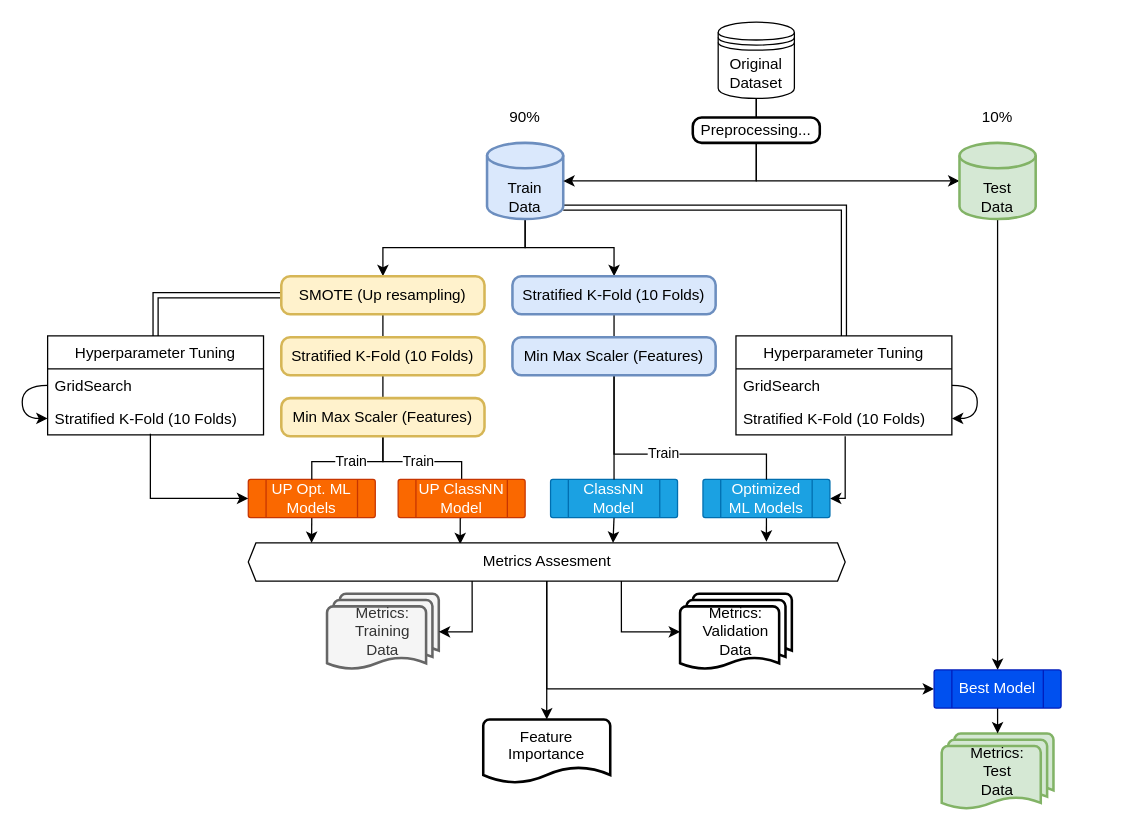
Earlier version of the draw.io diagram Resources/modeling.drawio (HenrikPereira/EDSBproject). Source tidied: cells renumbered, new cells numbered last; positions are measured from the earlier drawing's top-left corner, leaving out a move shared by most shapes. Both pictures are drawn from the tidied source at 127%, with x=0, y=0 at pixel (22, 22).
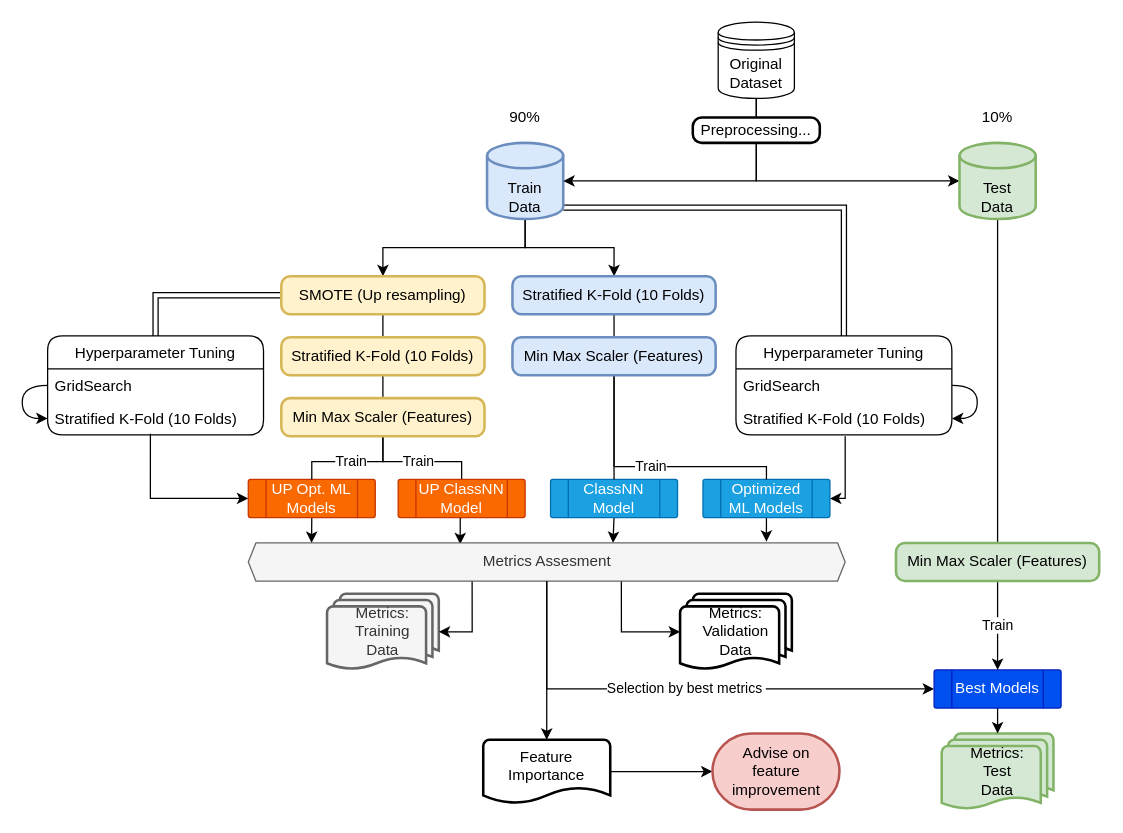
After the change.

The change refers to these unchanged cells:
```xml
<mxCell id="5" value="Test&lt;br&gt;Data" style="strokeWidth=2;html=1;shape=mxgraph.flowchart.database;whiteSpace=wrap;verticalAlign=bottom;fillColor=#d5e8d4;strokeColor=#82b366;" parent="1" vertex="1">
  <mxGeometry x="738" y="95" width="60" height="60" as="geometry" />
</mxCell>
<mxCell id="19" value="Optimized ML Models" style="verticalLabelPosition=middle;verticalAlign=middle;html=1;shape=process;whiteSpace=wrap;rounded=1;size=0.14;arcSize=6;labelPosition=center;align=center;fillColor=#1ba1e2;strokeColor=#006EAF;fontColor=#ffffff;" parent="1" vertex="1">
  <mxGeometry x="536" y="360" width="100" height="30" as="geometry" />
</mxCell>
<mxCell id="29" value="Min Max Scaler (Features)" style="rounded=1;whiteSpace=wrap;html=1;absoluteArcSize=1;arcSize=14;strokeWidth=2;fillColor=#dae8fc;strokeColor=#6c8ebf;" parent="1" vertex="1">
  <mxGeometry x="386" y="248" width="160" height="30" as="geometry" />
</mxCell>
<mxCell id="43" value="Min Max Scaler (Features)" style="rounded=1;whiteSpace=wrap;html=1;absoluteArcSize=1;arcSize=14;strokeWidth=2;fillColor=#fff2cc;strokeColor=#d6b656;" parent="1" vertex="1">
  <mxGeometry x="204" y="296" width="160" height="30" as="geometry" />
</mxCell>
<mxCell id="45" value="UP ClassNN Model" style="verticalLabelPosition=middle;verticalAlign=middle;html=1;shape=process;whiteSpace=wrap;rounded=1;size=0.14;arcSize=6;labelPosition=center;align=center;fillColor=#fa6800;strokeColor=#C73500;fontColor=#ffffff;" parent="1" vertex="1">
  <mxGeometry x="296" y="360" width="100" height="30" as="geometry" />
</mxCell>
```

Diff of the diagram source:
```diff
@@
-    <mxCell id="4" style="edgeStyle=orthogonalEdgeStyle;rounded=0;jettySize=auto;html=1;exitX=0.5;exitY=1;exitDx=0;exitDy=0;exitPerimeter=0;entryX=0.5;entryY=0;entryDx=0;entryDy=0;startArrow=none;startFill=0;endArrow=classic;endFill=1;" parent="1" edge="1" source="5" target="53">
+    <mxCell id="4" style="edgeStyle=orthogonalEdgeStyle;rounded=0;jettySize=auto;html=1;exitX=0.5;exitY=1;exitDx=0;exitDy=0;exitPerimeter=0;entryX=0.5;entryY=0;entryDx=0;entryDy=0;startArrow=none;startFill=0;endArrow=none;endFill=0;" parent="1" edge="1" source="5" target="58">
       <mxGeometry relative="1" as="geometry" />
     </mxCell>
@@
-    <mxCell id="13" value="Hyperparameter Tuning" style="swimlane;fontStyle=0;horizontal=1;startSize=26;fillColor=none;" parent="1" vertex="1">
+    <mxCell id="13" value="Hyperparameter Tuning" style="swimlane;fontStyle=0;horizontal=1;startSize=26;fillColor=none;glass=0;swimlaneLine=1;rounded=1;" parent="1" vertex="1">
       <mxGeometry x="562" y="247" width="170" height="78" as="geometry" />
     </mxCell>
@@
     <mxCell id="28" value="Train" style="edgeStyle=orthogonalEdgeStyle;rounded=0;jettySize=auto;html=1;exitX=0.5;exitY=1;exitDx=0;exitDy=0;entryX=0.5;entryY=0;entryDx=0;entryDy=0;endArrow=none;endFill=0;" parent="1" edge="1" source="29" target="19">
       <mxGeometry relative="1" as="geometry">
         <Array as="points">
-          <mxPoint x="466" y="340" />
-          <mxPoint x="586" y="340" />
+          <mxPoint x="466" y="350" />
+          <mxPoint x="586" y="350" />
         </Array>
       </mxGeometry>
     </mxCell>
@@
-    <mxCell id="33" value="Hyperparameter Tuning" style="swimlane;fontStyle=0;horizontal=1;startSize=26;fillColor=none;" parent="1" vertex="1">
+    <mxCell id="33" value="Hyperparameter Tuning" style="swimlane;fontStyle=0;horizontal=1;startSize=26;fillColor=none;rounded=1;comic=0;" parent="1" vertex="1">
       <mxGeometry x="20" y="247" width="170" height="78" as="geometry" />
     </mxCell>
@@
-    <mxCell id="42" value="Train" style="edgeStyle=orthogonalEdgeStyle;rounded=0;jettySize=auto;html=1;exitX=0.5;exitY=1;exitDx=0;exitDy=0;entryX=0.5;entryY=0;entryDx=0;entryDy=0;endArrow=none;endFill=0;" parent="1" edge="1" source="43" target="45">
+    <mxCell id="42" value="Train" style="edgeStyle=orthogonalEdgeStyle;rounded=0;jettySize=auto;html=1;exitX=0.5;exitY=1;exitDx=0;exitDy=0;entryX=0.5;entryY=0;entryDx=0;entryDy=0;endArrow=none;endFill=0;comic=0;" parent="1" edge="1" source="43" target="45">
       <mxGeometry relative="1" as="geometry" />
     </mxCell>
@@
-    <mxCell id="49" style="edgeStyle=orthogonalEdgeStyle;rounded=0;jettySize=auto;html=1;exitX=0.5;exitY=1;exitDx=0;exitDy=0;entryX=0;entryY=0.5;entryDx=0;entryDy=0;startArrow=none;startFill=0;endArrow=classic;endFill=1;" parent="1" edge="1" source="50" target="53">
+    <mxCell id="49" value="Selection by best metrics&amp;nbsp;" style="edgeStyle=orthogonalEdgeStyle;rounded=0;jettySize=auto;html=1;exitX=0.5;exitY=1;exitDx=0;exitDy=0;entryX=0;entryY=0.5;entryDx=0;entryDy=0;startArrow=none;startFill=0;endArrow=classic;endFill=1;" parent="1" edge="1" source="50" target="53">
       <mxGeometry relative="1" as="geometry" />
     </mxCell>
-    <mxCell id="50" value="Metrics Assesment" style="verticalLabelPosition=middle;verticalAlign=middle;html=1;shape=hexagon;perimeter=hexagonPerimeter2;arcSize=6;size=0.01276595744680851;labelPosition=center;align=center;" parent="1" vertex="1">
+    <mxCell id="50" value="Metrics Assesment" style="verticalLabelPosition=middle;verticalAlign=middle;html=1;shape=hexagon;perimeter=hexagonPerimeter2;arcSize=6;size=0.01276595744680851;labelPosition=center;align=center;fillColor=#f5f5f5;strokeColor=#666666;fontColor=#333333;" parent="1" vertex="1">
       <mxGeometry x="178" y="410" width="470" height="30" as="geometry" />
     </mxCell>
@@
-    <mxCell id="53" value="Best Model" style="verticalLabelPosition=middle;verticalAlign=middle;html=1;shape=process;whiteSpace=wrap;rounded=1;size=0.14;arcSize=6;labelPosition=center;align=center;fillColor=#0050ef;strokeColor=#001DBC;fontColor=#ffffff;" parent="1" vertex="1">
+    <mxCell id="53" value="Best Models" style="verticalLabelPosition=middle;verticalAlign=middle;html=1;shape=process;whiteSpace=wrap;rounded=1;size=0.14;arcSize=6;labelPosition=center;align=center;fillColor=#0050ef;strokeColor=#001DBC;fontColor=#ffffff;" parent="1" vertex="1">
       <mxGeometry x="718" y="510" width="100" height="30" as="geometry" />
     </mxCell>
+    <mxCell id="56" style="edgeStyle=orthogonalEdgeStyle;rounded=0;jettySize=auto;html=1;exitX=1;exitY=0.5;exitDx=0;exitDy=0;exitPerimeter=0;entryX=0;entryY=0.5;entryDx=0;entryDy=0;entryPerimeter=0;endArrow=classic;endFill=1;" parent="1" edge="1" source="54" target="59">
+      <mxGeometry relative="1" as="geometry" />
+    </mxCell>
     <mxCell id="54" value="Feature Importance" style="strokeWidth=2;html=1;shape=mxgraph.flowchart.document2;whiteSpace=wrap;size=0.25;verticalAlign=top;" parent="1" vertex="1">
-      <mxGeometry x="363" y="549" width="100" height="50" as="geometry" />
+      <mxGeometry x="363" y="565" width="100" height="50" as="geometry" />
     </mxCell>
@@
+    <mxCell id="57" value="Train" style="edgeStyle=orthogonalEdgeStyle;rounded=0;jettySize=auto;html=1;exitX=0.5;exitY=1;exitDx=0;exitDy=0;entryX=0.5;entryY=0;entryDx=0;entryDy=0;" parent="1" edge="1" source="58" target="53">
+      <mxGeometry relative="1" as="geometry" />
+    </mxCell>
+    <mxCell id="58" value="Min Max Scaler (Features)" style="rounded=1;whiteSpace=wrap;html=1;absoluteArcSize=1;arcSize=14;strokeWidth=2;fillColor=#d5e8d4;strokeColor=#82b366;" parent="1" vertex="1">
+      <mxGeometry x="688" y="410" width="160" height="30" as="geometry" />
+    </mxCell>
+    <mxCell id="59" value="Advise on&lt;br&gt;feature improvement" style="strokeWidth=2;html=1;shape=mxgraph.flowchart.terminator;whiteSpace=wrap;fillColor=#f8cecc;strokeColor=#b85450;" parent="1" vertex="1">
+      <mxGeometry x="543.5" y="560" width="100" height="60" as="geometry" />
+    </mxCell>
```
